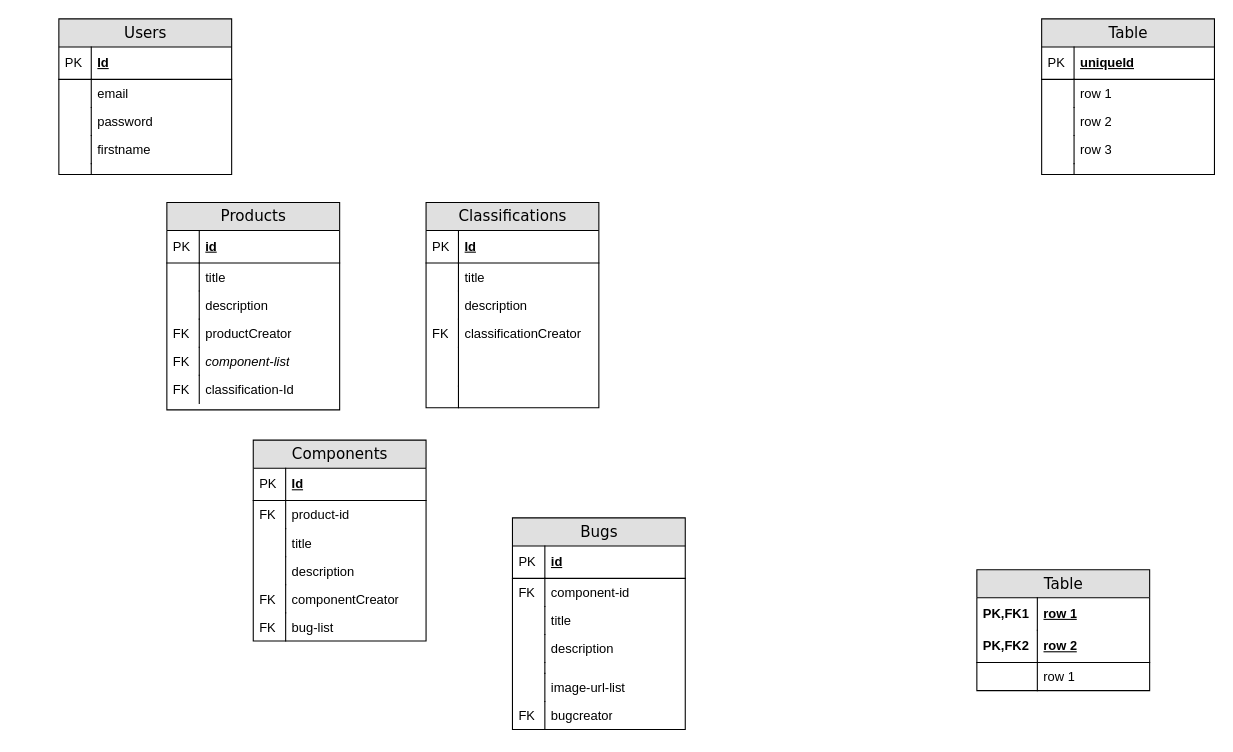
Before: react-course-by-colt-from-sam/bugzilla-entity-relationship.drawio in samuelsalomonv/diagrams, a draw.io diagram. Source tidied: cells renumbered, new cells numbered last; positions are measured from the earlier drawing's top-left corner, leaving out a move shared by most shapes. Both pictures are drawn from the tidied source at 108%, with x=0, y=0 at pixel (58, 18).
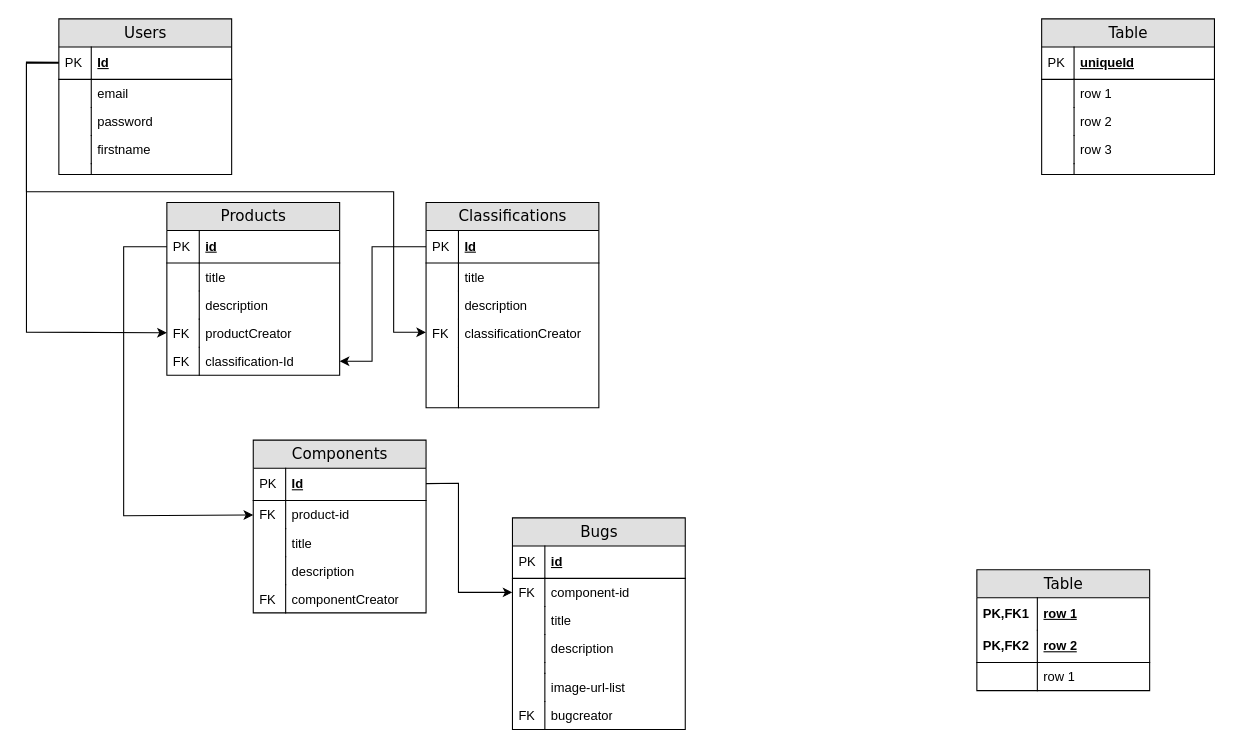
The same diagram, later.

The change refers to these unchanged cells:
```xml
<mxCell id="3" value="Id" style="shape=partialRectangle;top=0;left=0;right=0;bottom=1;html=1;align=left;verticalAlign=middle;fillColor=none;spacingLeft=34;spacingRight=4;whiteSpace=wrap;overflow=hidden;points=[[0,0.5],[1,0.5]];portConstraint=eastwest;fontStyle=5;" parent="2" vertex="1">
  <mxGeometry y="26" width="160" height="30" as="geometry" />
</mxCell>
<mxCell id="14" value="Id" style="shape=partialRectangle;top=0;left=0;right=0;bottom=1;html=1;align=left;verticalAlign=middle;fillColor=none;spacingLeft=34;spacingRight=4;whiteSpace=wrap;overflow=hidden;points=[[0,0.5],[1,0.5]];portConstraint=eastwest;fontStyle=5;" parent="13" vertex="1">
  <mxGeometry y="26" width="160" height="30" as="geometry" />
</mxCell>
<mxCell id="20" value="classificationCreator" style="shape=partialRectangle;top=0;left=0;right=0;bottom=0;html=1;align=left;verticalAlign=top;fillColor=none;spacingLeft=34;spacingRight=4;whiteSpace=wrap;overflow=hidden;points=[[0,0.5],[1,0.5]];portConstraint=eastwest;" parent="13" vertex="1">
  <mxGeometry y="108" width="160" height="26" as="geometry" />
</mxCell>
<mxCell id="45" value="id" style="shape=partialRectangle;top=0;left=0;right=0;bottom=1;html=1;align=left;verticalAlign=middle;fillColor=none;spacingLeft=34;spacingRight=4;whiteSpace=wrap;overflow=hidden;points=[[0,0.5],[1,0.5]];portConstraint=eastwest;fontStyle=5;" parent="44" vertex="1">
  <mxGeometry y="26" width="160" height="30" as="geometry" />
</mxCell>
<mxCell id="51" value="productCreator" style="shape=partialRectangle;top=0;left=0;right=0;bottom=0;html=1;align=left;verticalAlign=top;fillColor=none;spacingLeft=34;spacingRight=4;whiteSpace=wrap;overflow=hidden;points=[[0,0.5],[1,0.5]];portConstraint=eastwest;" parent="44" vertex="1">
  <mxGeometry y="108" width="160" height="26" as="geometry" />
</mxCell>
<mxCell id="58" value="Id" style="shape=partialRectangle;top=0;left=0;right=0;bottom=1;html=1;align=left;verticalAlign=middle;fillColor=none;spacingLeft=34;spacingRight=4;whiteSpace=wrap;overflow=hidden;points=[[0,0.5],[1,0.5]];portConstraint=eastwest;fontStyle=5;" parent="57" vertex="1">
  <mxGeometry y="26" width="160" height="30" as="geometry" />
</mxCell>
<mxCell id="60" value="product-id" style="shape=partialRectangle;top=0;left=0;right=0;bottom=0;html=1;align=left;verticalAlign=top;fillColor=none;spacingLeft=34;spacingRight=4;whiteSpace=wrap;overflow=hidden;points=[[0,0.5],[1,0.5]];portConstraint=eastwest;" parent="57" vertex="1">
  <mxGeometry y="56" width="160" height="26" as="geometry" />
</mxCell>
<mxCell id="73" value="component-id" style="shape=partialRectangle;top=0;left=0;right=0;bottom=0;html=1;align=left;verticalAlign=top;fillColor=none;spacingLeft=34;spacingRight=4;whiteSpace=wrap;overflow=hidden;points=[[0,0.5],[1,0.5]];portConstraint=eastwest;" parent="70" vertex="1">
  <mxGeometry y="56" width="160" height="26" as="geometry" />
</mxCell>
```

What changed in the source:
```diff
@@
     <mxCell id="44" value="Products" style="swimlane;html=1;fontStyle=0;horizontal=1;startSize=26;fillColor=#e0e0e0;swimlaneFillColor=#ffffff;align=center;rounded=0;shadow=0;comic=0;labelBackgroundColor=none;strokeWidth=1;fontFamily=Verdana;fontSize=14;" parent="1" vertex="1">
-      <mxGeometry x="100" y="170" width="160" height="192" as="geometry" />
+      <mxGeometry x="100" y="170" width="160" height="160" as="geometry" />
     </mxCell>
@@
-    <mxCell id="53" value="&lt;i&gt;component-list&lt;/i&gt;" style="shape=partialRectangle;top=0;left=0;right=0;bottom=0;html=1;align=left;verticalAlign=top;fillColor=none;spacingLeft=34;spacingRight=4;whiteSpace=wrap;overflow=hidden;" parent="44" vertex="1">
-      <mxGeometry y="134" width="160" height="26" as="geometry" />
-    </mxCell>
-    <mxCell id="54" value="FK" style="shape=partialRectangle;top=0;left=0;bottom=0;html=1;fillColor=none;align=left;verticalAlign=top;spacingLeft=4;spacingRight=4;whiteSpace=wrap;overflow=hidden;" parent="53" vertex="1">
-      <mxGeometry width="30" height="26" as="geometry" />
-    </mxCell>
     <mxCell id="55" value="classification-&lt;span style=&quot;background-color: transparent; color: light-dark(rgb(0, 0, 0), rgb(255, 255, 255));&quot;&gt;Id&lt;/span&gt;" style="shape=partialRectangle;top=0;left=0;right=0;bottom=0;html=1;align=left;verticalAlign=top;fillColor=none;spacingLeft=34;spacingRight=4;whiteSpace=wrap;overflow=hidden;points=[[0,0.5],[1,0.5]];portConstraint=eastwest;" parent="44" vertex="1">
-      <mxGeometry y="160" width="160" height="26" as="geometry" />
+      <mxGeometry y="134" width="160" height="26" as="geometry" />
     </mxCell>
@@
     <mxCell id="57" value="Components" style="swimlane;html=1;fontStyle=0;horizontal=1;startSize=26;fillColor=#e0e0e0;swimlaneFillColor=#ffffff;align=center;rounded=0;shadow=0;comic=0;labelBackgroundColor=none;strokeWidth=1;fontFamily=Verdana;fontSize=14;" parent="1" vertex="1">
-      <mxGeometry x="180" y="390" width="160" height="186" as="geometry" />
+      <mxGeometry x="180" y="390" width="160" height="160" as="geometry" />
     </mxCell>
@@
-    <mxCell id="68" value="bug-list" style="shape=partialRectangle;top=0;left=0;right=0;bottom=0;html=1;align=left;verticalAlign=top;fillColor=none;spacingLeft=34;spacingRight=4;whiteSpace=wrap;overflow=hidden;" parent="57" vertex="1">
-      <mxGeometry y="160" width="160" height="26" as="geometry" />
-    </mxCell>
-    <mxCell id="69" value="FK" style="shape=partialRectangle;top=0;left=0;bottom=0;html=1;fillColor=none;align=left;verticalAlign=top;spacingLeft=4;spacingRight=4;whiteSpace=wrap;overflow=hidden;" parent="68" vertex="1">
-      <mxGeometry width="30" height="26" as="geometry" />
-    </mxCell>
@@
+    <mxCell id="85" style="endArrow=classic;html=1;rounded=0;" parent="1" edge="1" source="3" target="51">
+      <mxGeometry relative="1" as="geometry">
+        <Array as="points">
+          <mxPoint x="-30" y="41" />
+          <mxPoint x="-30" y="290" />
+        </Array>
+      </mxGeometry>
+    </mxCell>
+    <mxCell id="86" style="endArrow=classic;html=1;rounded=0;entryX=1;entryY=0.5;entryDx=0;entryDy=0;exitX=0;exitY=0.5;exitDx=0;exitDy=0;" parent="1" edge="1" source="14" target="55">
+      <mxGeometry relative="1" as="geometry">
+        <Array as="points">
+          <mxPoint x="290" y="211" />
+          <mxPoint x="290" y="317" />
+        </Array>
+      </mxGeometry>
+    </mxCell>
+    <mxCell id="87" style="endArrow=classic;html=1;rounded=0;" parent="1" edge="1" source="3" target="20">
+      <mxGeometry relative="1" as="geometry">
+        <Array as="points">
+          <mxPoint x="-30" y="40" />
+          <mxPoint x="-30" y="160" />
+          <mxPoint x="140" y="160" />
+          <mxPoint x="310" y="160" />
+          <mxPoint x="310" y="190" />
+          <mxPoint x="310" y="290" />
+        </Array>
+      </mxGeometry>
+    </mxCell>
+    <mxCell id="88" style="endArrow=classic;html=1;rounded=0;exitX=0;exitY=0.5;exitDx=0;exitDy=0;" parent="1" edge="1" source="45" target="60">
+      <mxGeometry relative="1" as="geometry">
+        <Array as="points">
+          <mxPoint x="60" y="211" />
+          <mxPoint x="60" y="460" />
+        </Array>
+      </mxGeometry>
+    </mxCell>
+    <mxCell id="89" style="endArrow=classic;html=1;rounded=0;" parent="1" edge="1" source="58" target="73">
+      <mxGeometry relative="1" as="geometry">
+        <Array as="points">
+          <mxPoint x="370" y="430" />
+          <mxPoint x="370" y="531" />
+        </Array>
+      </mxGeometry>
+    </mxCell>
```
